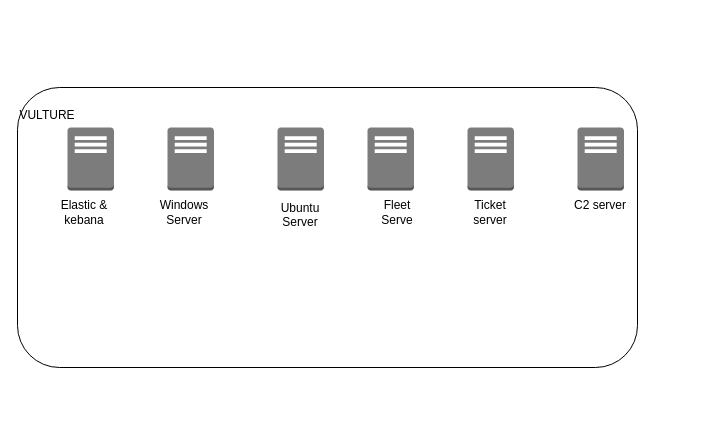
This is 30daySOC.drawio from whojinkazama/30DaySOCchallenge, a draw.io file, before an edit. Source tidied: cells renumbered, new cells numbered last; positions are measured from the earlier drawing's top-left corner, leaving out a move shared by most shapes. Both pictures are drawn from the tidied source at 100%, with x=0, y=0 at pixel (17, 87).
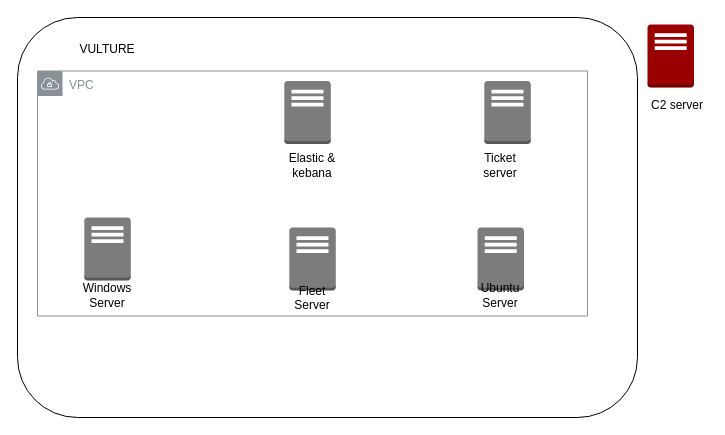
After the change.

What changed in the source:
```diff
@@
 <mxGraphModel>
   <root>
     <mxCell id="0" />
     <mxCell id="1" parent="0" />
     <mxCell id="2" style="rounded=1;whiteSpace=wrap;html=1;" parent="1" vertex="1">
-      <mxGeometry width="620" height="280" as="geometry" />
+      <mxGeometry y="-70" width="620" height="400" as="geometry" />
     </mxCell>
+    <mxCell id="16" value="VPC" style="sketch=0;gradientColor=none;html=1;whiteSpace=wrap;fontSize=12;fontStyle=0;shape=mxgraph.aws4.group;grIcon=mxgraph.aws4.group_vpc;strokeColor=#879196;fillColor=none;verticalAlign=top;align=left;spacingLeft=30;fontColor=#879196;dashed=0;" parent="1" vertex="1">
+      <mxGeometry x="20" y="-16.5" width="550" height="245" as="geometry" />
+    </mxCell>
     <mxCell id="3" style="dashed=0;verticalLabelPosition=bottom;verticalAlign=top;align=center;html=1;shape=mxgraph.aws3.traditional_server;fillColor=#7D7C7C;gradientColor=none;" parent="1" vertex="1">
-      <mxGeometry x="150" y="40" width="46.5" height="63" as="geometry" />
+      <mxGeometry x="66.8" y="130" width="46.5" height="63" as="geometry" />
     </mxCell>
     <mxCell id="4" style="dashed=0;verticalLabelPosition=bottom;verticalAlign=top;align=center;html=1;shape=mxgraph.aws3.traditional_server;fillColor=#7D7C7C;gradientColor=none;" parent="1" vertex="1">
-      <mxGeometry x="260" y="40" width="46.5" height="63" as="geometry" />
+      <mxGeometry x="266.8" y="-6.5" width="46.5" height="63" as="geometry" />
     </mxCell>
     <mxCell id="5" style="dashed=0;verticalLabelPosition=bottom;verticalAlign=top;align=center;html=1;shape=mxgraph.aws3.traditional_server;fillColor=#7D7C7C;gradientColor=none;" parent="1" vertex="1">
-      <mxGeometry x="350" y="40" width="46.5" height="63" as="geometry" />
+      <mxGeometry x="271.8" y="140" width="46.5" height="63" as="geometry" />
     </mxCell>
     <mxCell id="6" style="dashed=0;verticalLabelPosition=bottom;verticalAlign=top;align=center;html=1;shape=mxgraph.aws3.traditional_server;fillColor=#7D7C7C;gradientColor=none;" parent="1" vertex="1">
-      <mxGeometry x="50" y="40" width="46.5" height="63" as="geometry" />
+      <mxGeometry x="460" y="140" width="46.5" height="63" as="geometry" />
     </mxCell>
-    <mxCell id="7" style="dashed=0;verticalLabelPosition=bottom;verticalAlign=top;align=center;html=1;shape=mxgraph.aws3.traditional_server;fillColor=#7D7C7C;gradientColor=none;" parent="1" vertex="1">
-      <mxGeometry x="560" y="40" width="46.5" height="63" as="geometry" />
+    <mxCell id="7" style="dashed=0;verticalLabelPosition=bottom;verticalAlign=top;align=center;html=1;shape=mxgraph.aws3.traditional_server;fillColor=#990000;gradientColor=none;" parent="1" vertex="1">
+      <mxGeometry x="630" y="-63" width="46.5" height="63" as="geometry" />
     </mxCell>
     <mxCell id="8" style="dashed=0;verticalLabelPosition=bottom;verticalAlign=top;align=center;html=1;shape=mxgraph.aws3.traditional_server;fillColor=#7D7C7C;gradientColor=none;" parent="1" vertex="1">
-      <mxGeometry x="450" y="40" width="46.5" height="63" as="geometry" />
+      <mxGeometry x="466.8" y="-6.5" width="46.5" height="63" as="geometry" />
     </mxCell>
     <mxCell id="9" value="VULTURE&lt;div&gt;&lt;br&gt;&lt;/div&gt;" style="text;html=1;align=center;verticalAlign=middle;whiteSpace=wrap;rounded=0;" parent="1" vertex="1">
-      <mxGeometry y="20" width="60" height="30" as="geometry" />
+      <mxGeometry x="60" y="-46.5" width="60" height="30" as="geometry" />
     </mxCell>
     <mxCell id="10" value="Elastic &amp;amp; kebana" style="text;html=1;align=center;verticalAlign=middle;whiteSpace=wrap;rounded=0;" parent="1" vertex="1">
-      <mxGeometry x="36.5" y="110" width="60" height="30" as="geometry" />
+      <mxGeometry x="265" y="63" width="60" height="30" as="geometry" />
     </mxCell>
     <mxCell id="11" value="Windows Server" style="text;html=1;align=center;verticalAlign=middle;whiteSpace=wrap;rounded=0;" parent="1" vertex="1">
-      <mxGeometry x="136.5" y="110" width="60" height="30" as="geometry" />
+      <mxGeometry x="60" y="193" width="60" height="30" as="geometry" />
     </mxCell>
-    <mxCell id="12" value="Ubuntu Server&lt;div&gt;&lt;br&gt;&lt;/div&gt;" style="text;html=1;align=center;verticalAlign=middle;whiteSpace=wrap;rounded=0;" parent="1" vertex="1">
-      <mxGeometry x="253.2" y="120" width="60" height="30" as="geometry" />
-    </mxCell>
-    <mxCell id="13" value="Fleet Serve" style="text;html=1;align=center;verticalAlign=middle;whiteSpace=wrap;rounded=0;" parent="1" vertex="1">
-      <mxGeometry x="350" y="110" width="60" height="30" as="geometry" />
-    </mxCell>
     <mxCell id="14" value="Ticket server" style="text;html=1;align=center;verticalAlign=middle;whiteSpace=wrap;rounded=0;" parent="1" vertex="1">
-      <mxGeometry x="443.2" y="110" width="60" height="30" as="geometry" />
+      <mxGeometry x="453.2" y="63" width="60" height="30" as="geometry" />
     </mxCell>
     <mxCell id="15" value="C2 server&lt;div&gt;&lt;br&gt;&lt;/div&gt;" style="text;html=1;align=center;verticalAlign=middle;whiteSpace=wrap;rounded=0;" parent="1" vertex="1">
-      <mxGeometry x="553.2" y="110" width="60" height="30" as="geometry" />
+      <mxGeometry x="630" y="10" width="60" height="30" as="geometry" />
     </mxCell>
+    <mxCell id="17" value="Fleet Server&lt;div&gt;&lt;br&gt;&lt;/div&gt;" style="text;html=1;align=center;verticalAlign=middle;whiteSpace=wrap;rounded=0;" parent="1" vertex="1">
+      <mxGeometry x="265" y="203" width="60" height="30" as="geometry" />
+    </mxCell>
+    <mxCell id="12" value="Ubuntu Server" style="text;html=1;align=center;verticalAlign=middle;whiteSpace=wrap;rounded=0;" parent="1" vertex="1">
+      <mxGeometry x="453.2" y="193" width="60" height="30" as="geometry" />
+    </mxCell>
   </root>
 </mxGraphModel>
```
